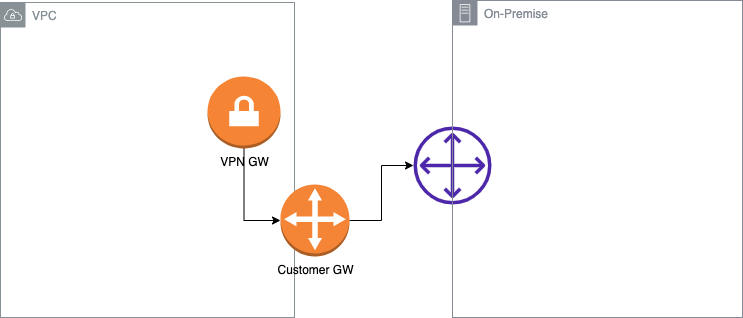
This is AWS VPN.png from dmagnate/23AWS, a draw.io export, as it was before one commit. Source tidied: cells renumbered, new cells last; positions are measured from the earlier drawing's top-left corner, leaving out a move shared by most shapes.
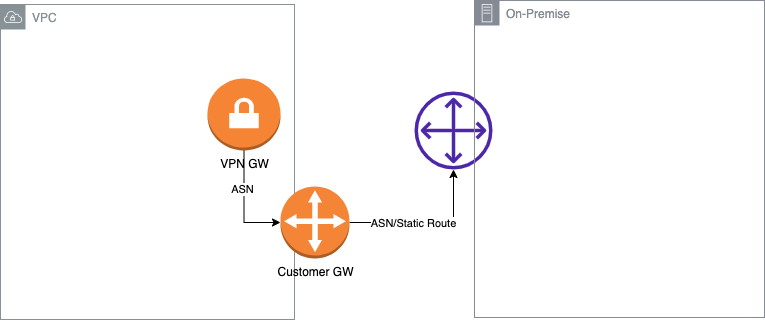
After the commit.

Diff of the diagram source:
```diff
@@ -8,20 +8,26 @@
     <mxCell id="3" style="edgeStyle=orthogonalEdgeStyle;rounded=0;jettySize=auto;html=1;entryX=0;entryY=0.5;entryDx=0;entryDy=0;entryPerimeter=0;" parent="1" edge="1" source="4" target="6">
       <mxGeometry relative="1" as="geometry" />
     </mxCell>
+    <mxCell id="9" value="ASN" style="edgeLabel;html=1;align=center;verticalAlign=middle;" parent="3" vertex="1">
+      <mxGeometry x="-0.3" y="-2" relative="1" as="geometry" />
+    </mxCell>
     <mxCell id="4" value="VPN GW" style="outlineConnect=0;dashed=0;verticalLabelPosition=bottom;verticalAlign=top;align=center;html=1;shape=mxgraph.aws3.vpn_gateway;fillColor=#F58534;gradientColor=none;" parent="1" vertex="1">
       <mxGeometry x="207" y="76" width="73" height="72" as="geometry" />
     </mxCell>
     <mxCell id="5" style="edgeStyle=orthogonalEdgeStyle;rounded=0;jettySize=auto;html=1;" parent="1" edge="1" source="6" target="7">
       <mxGeometry relative="1" as="geometry" />
     </mxCell>
+    <mxCell id="10" value="ASN/Static Route" style="edgeLabel;html=1;align=center;verticalAlign=middle;" parent="5" vertex="1">
+      <mxGeometry x="-0.19" relative="1" as="geometry" />
+    </mxCell>
     <mxCell id="6" value="Customer GW" style="outlineConnect=0;dashed=0;verticalLabelPosition=bottom;verticalAlign=top;align=center;html=1;shape=mxgraph.aws3.customer_gateway;fillColor=#F58536;gradientColor=none;" parent="1" vertex="1">
       <mxGeometry x="280" y="184" width="69" height="72" as="geometry" />
     </mxCell>
     <mxCell id="7" style="sketch=0;outlineConnect=0;fontColor=#232F3E;gradientColor=none;fillColor=#4D27AA;strokeColor=none;dashed=0;verticalLabelPosition=bottom;verticalAlign=top;align=center;html=1;fontSize=12;fontStyle=0;shape=mxgraph.aws4.customer_gateway;" parent="1" vertex="1">
-      <mxGeometry x="413" y="126" width="78" height="78" as="geometry" />
+      <mxGeometry x="414" y="89" width="78" height="78" as="geometry" />
     </mxCell>
     <mxCell id="8" value="On-Premise" style="sketch=0;gradientColor=none;html=1;whiteSpace=wrap;fontSize=12;fontStyle=0;shape=mxgraph.aws4.group;grIcon=mxgraph.aws4.group_on_premise;strokeColor=#858B94;fillColor=none;verticalAlign=top;align=left;spacingLeft=30;fontColor=#858B94;dashed=0;" parent="1" vertex="1">
-      <mxGeometry x="452" width="290" height="317" as="geometry" />
+      <mxGeometry x="474" y="-2" width="290" height="317" as="geometry" />
     </mxCell>
   </root>
 </mxGraphModel>
```
